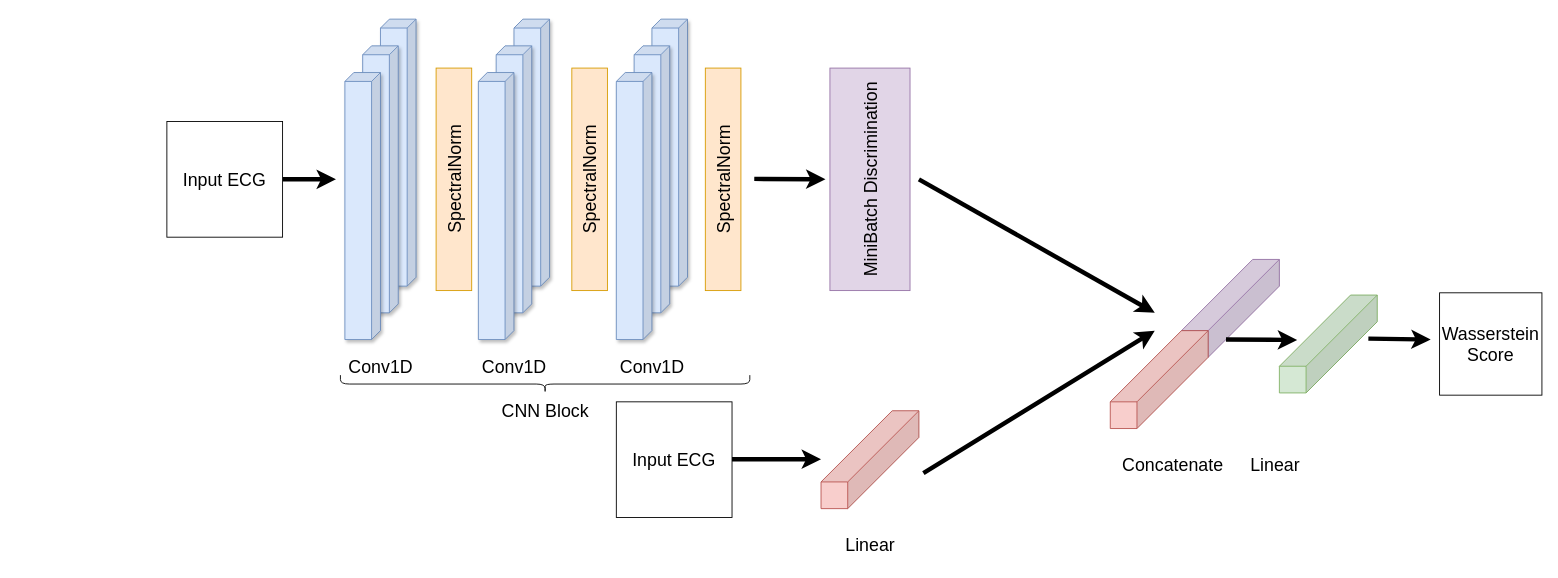
Before: images/Model_architectures/Critic_network.drawio in LukeBogdanovic/Synthetic-Data-Generation-For-Cardiovascular-Disease-Risk-Prediction, a draw.io diagram. Source tidied: cells renumbered, new cells numbered last; positions are measured from the earlier drawing's top-left corner, leaving out a move shared by most shapes. Both pictures are drawn from the tidied source at 89%, with x=0, y=0 at pixel (166, 19). Pictures stored in the file or linked from it are replaced by grey dashed boxes.
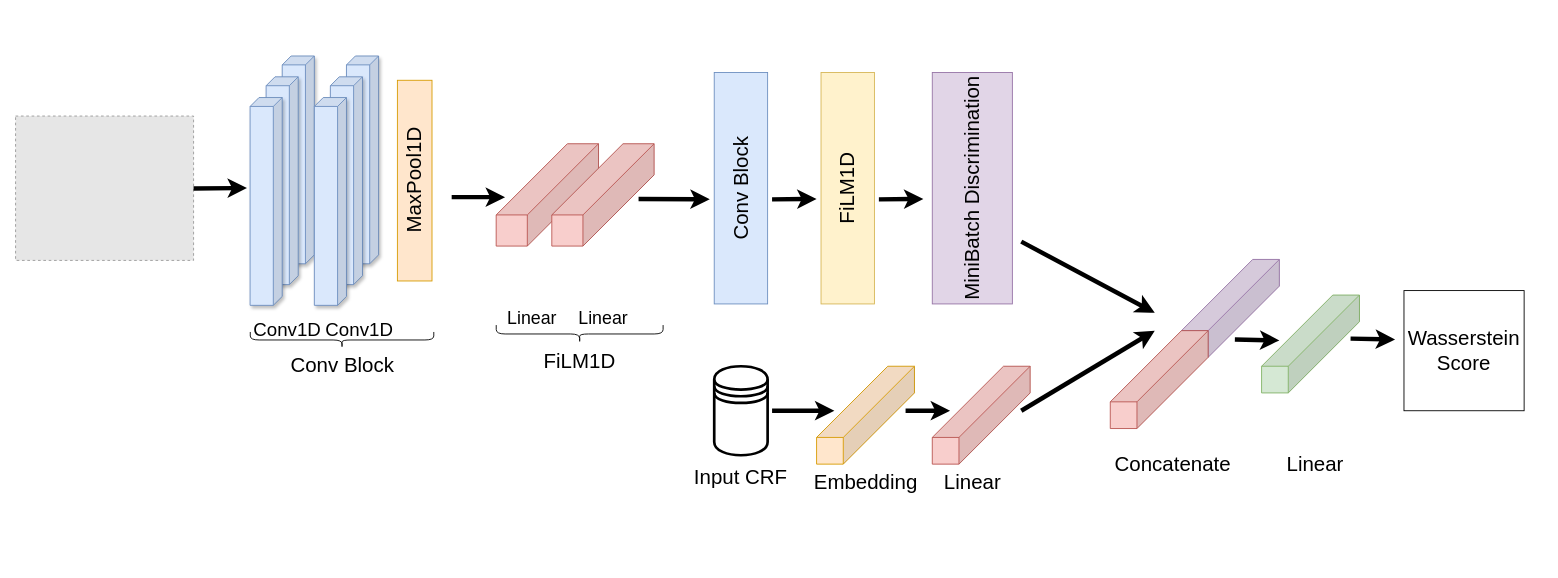
The same page after the edit.

Diff of the diagram source:
```diff
@@
-    <mxCell id="2" style="group;shadow=1;" parent="1" vertex="1">
-      <mxGeometry x="200" width="80" height="360" as="geometry" />
-    </mxCell>
-    <mxCell id="3" style="shape=cube;whiteSpace=wrap;html=1;boundedLbl=1;backgroundOutline=1;darkOpacity=0.05;darkOpacity2=0.1;flipH=1;flipV=0;shadow=1;size=10;fillColor=#dae8fc;strokeColor=#6c8ebf;" parent="2" vertex="1">
-      <mxGeometry x="40" width="40" height="300" as="geometry" />
-    </mxCell>
-    <mxCell id="4" style="shape=cube;whiteSpace=wrap;html=1;boundedLbl=1;backgroundOutline=1;darkOpacity=0.05;darkOpacity2=0.1;flipH=1;flipV=0;shadow=1;size=10;fillColor=#dae8fc;strokeColor=#6c8ebf;" parent="2" vertex="1">
-      <mxGeometry x="20" y="30" width="40" height="300" as="geometry" />
-    </mxCell>
-    <mxCell id="5" style="shape=cube;whiteSpace=wrap;html=1;boundedLbl=1;backgroundOutline=1;darkOpacity=0.05;darkOpacity2=0.1;flipH=1;flipV=0;shadow=1;size=10;fillColor=#dae8fc;strokeColor=#6c8ebf;" parent="2" vertex="1">
-      <mxGeometry y="60" width="40" height="300" as="geometry" />
-    </mxCell>
-    <mxCell id="6" style="group;shadow=1;" parent="1" vertex="1">
-      <mxGeometry x="350" width="80" height="360" as="geometry" />
-    </mxCell>
-    <mxCell id="7" style="shape=cube;whiteSpace=wrap;html=1;boundedLbl=1;backgroundOutline=1;darkOpacity=0.05;darkOpacity2=0.1;flipH=1;flipV=0;shadow=1;size=10;fillColor=#dae8fc;strokeColor=#6c8ebf;" parent="6" vertex="1">
-      <mxGeometry x="40" width="40" height="300" as="geometry" />
-    </mxCell>
-    <mxCell id="8" style="shape=cube;whiteSpace=wrap;html=1;boundedLbl=1;backgroundOutline=1;darkOpacity=0.05;darkOpacity2=0.1;flipH=1;flipV=0;shadow=1;size=10;fillColor=#dae8fc;strokeColor=#6c8ebf;" parent="6" vertex="1">
-      <mxGeometry x="20" y="30" width="40" height="300" as="geometry" />
-    </mxCell>
-    <mxCell id="9" style="shape=cube;whiteSpace=wrap;html=1;boundedLbl=1;backgroundOutline=1;darkOpacity=0.05;darkOpacity2=0.1;flipH=1;flipV=0;shadow=1;size=10;fillColor=#dae8fc;strokeColor=#6c8ebf;" parent="6" vertex="1">
-      <mxGeometry y="60" width="40" height="300" as="geometry" />
-    </mxCell>
-    <mxCell id="10" style="group;shadow=1;" parent="1" vertex="1">
-      <mxGeometry x="505" width="80" height="360" as="geometry" />
-    </mxCell>
-    <mxCell id="11" style="shape=cube;whiteSpace=wrap;html=1;boundedLbl=1;backgroundOutline=1;darkOpacity=0.05;darkOpacity2=0.1;flipH=1;flipV=0;shadow=1;size=10;fillColor=#dae8fc;strokeColor=#6c8ebf;" parent="10" vertex="1">
-      <mxGeometry x="40" width="40" height="300" as="geometry" />
-    </mxCell>
-    <mxCell id="12" style="shape=cube;whiteSpace=wrap;html=1;boundedLbl=1;backgroundOutline=1;darkOpacity=0.05;darkOpacity2=0.1;flipH=1;flipV=0;shadow=1;size=10;fillColor=#dae8fc;strokeColor=#6c8ebf;" parent="10" vertex="1">
-      <mxGeometry x="20" y="30" width="40" height="300" as="geometry" />
-    </mxCell>
-    <mxCell id="13" style="shape=cube;whiteSpace=wrap;html=1;boundedLbl=1;backgroundOutline=1;darkOpacity=0.05;darkOpacity2=0.1;flipH=1;flipV=0;shadow=1;size=10;fillColor=#dae8fc;strokeColor=#6c8ebf;" parent="10" vertex="1">
-      <mxGeometry y="60" width="40" height="300" as="geometry" />
-    </mxCell>
-    <mxCell id="14" value="SpectralNorm" style="rounded=0;whiteSpace=wrap;html=1;rotation=-90;fontSize=20;fillColor=#ffe6cc;strokeColor=#d79b00;" parent="1" vertex="1">
-      <mxGeometry x="197.5" y="160" width="250" height="40" as="geometry" />
-    </mxCell>
-    <mxCell id="15" value="SpectralNorm" style="rounded=0;whiteSpace=wrap;html=1;rotation=-90;fontSize=20;fillColor=#ffe6cc;strokeColor=#d79b00;" parent="1" vertex="1">
-      <mxGeometry x="350" y="160" width="250" height="40" as="geometry" />
-    </mxCell>
-    <mxCell id="16" value="SpectralNorm" style="rounded=0;whiteSpace=wrap;html=1;rotation=-90;fontSize=20;fillColor=#ffe6cc;strokeColor=#d79b00;" parent="1" vertex="1">
-      <mxGeometry x="500" y="160" width="250" height="40" as="geometry" />
-    </mxCell>
-    <mxCell id="17" style="shape=curlyBracket;whiteSpace=wrap;html=1;rounded=1;labelPosition=left;verticalLabelPosition=middle;align=right;verticalAlign=middle;rotation=-90;" parent="1" vertex="1">
-      <mxGeometry x="415" y="180" width="20" height="460" as="geometry" />
-    </mxCell>
-    <mxCell id="18" value="CNN Block" style="text;html=1;align=center;verticalAlign=middle;strokeColor=none;fillColor=none;fontSize=20;" parent="1" vertex="1">
-      <mxGeometry x="365" y="420" width="120" height="40" as="geometry" />
-    </mxCell>
-    <mxCell id="19" style="edgeStyle=orthogonalEdgeStyle;rounded=0;jettySize=auto;html=1;strokeWidth=5;" parent="1" edge="1" source="20">
-      <mxGeometry relative="1" as="geometry">
-        <mxPoint x="190" y="180" as="targetPoint" />
-      </mxGeometry>
-    </mxCell>
-    <mxCell id="20" value="Input ECG" style="whiteSpace=wrap;html=1;fontSize=20;" parent="1" vertex="1">
-      <mxGeometry y="115" width="130" height="130" as="geometry" />
-    </mxCell>
     <mxCell id="21" style="endArrow=classic;html=1;rounded=0;strokeWidth=5;" parent="1" edge="1">
       <mxGeometry relative="1" as="geometry">
-        <mxPoint x="660" y="179.5" as="sourcePoint" />
-        <mxPoint x="740" y="180" as="targetPoint" />
+        <mxPoint x="800" y="202.5" as="sourcePoint" />
+        <mxPoint x="850" y="202" as="targetPoint" />
       </mxGeometry>
     </mxCell>
-    <mxCell id="22" value="MiniBatch Discrimination" style="rounded=0;whiteSpace=wrap;html=1;rotation=-90;fontSize=20;fillColor=#e1d5e7;strokeColor=#9673a6;" parent="1" vertex="1">
-      <mxGeometry x="665" y="135" width="250" height="90" as="geometry" />
+    <mxCell id="22" value="MiniBatch Discrimination" style="rounded=0;whiteSpace=wrap;html=1;rotation=-90;fontSize=23;fillColor=#e1d5e7;strokeColor=#9673a6;" parent="1" vertex="1">
+      <mxGeometry x="775" y="145" width="260" height="90" as="geometry" />
     </mxCell>
     <mxCell id="23" style="endArrow=classic;html=1;rounded=0;strokeWidth=5;" parent="1" edge="1">
       <mxGeometry relative="1" as="geometry">
-        <mxPoint x="845" y="180" as="sourcePoint" />
+        <mxPoint x="960" y="250" as="sourcePoint" />
         <mxPoint x="1110" y="330" as="targetPoint" />
       </mxGeometry>
     </mxCell>
     <mxCell id="24" style="shape=cube;whiteSpace=wrap;html=1;boundedLbl=1;backgroundOutline=1;darkOpacity=0.05;darkOpacity2=0.1;flipH=1;size=80;fillColor=#d5e8d4;strokeColor=#82b366;" parent="1" vertex="1">
-      <mxGeometry x="1250" y="310" width="110" height="110" as="geometry" />
+      <mxGeometry x="1230" y="310" width="110" height="110" as="geometry" />
     </mxCell>
-    <mxCell id="25" value="Conv1D" style="text;html=1;align=center;verticalAlign=middle;strokeColor=none;fillColor=none;fontSize=20;" parent="1" vertex="1">
-      <mxGeometry x="190" y="370" width="100" height="40" as="geometry" />
-    </mxCell>
-    <mxCell id="26" value="Conv1D" style="text;html=1;align=center;verticalAlign=middle;strokeColor=none;fillColor=none;fontSize=20;" parent="1" vertex="1">
-      <mxGeometry x="340" y="370" width="100" height="40" as="geometry" />
-    </mxCell>
-    <mxCell id="27" value="Conv1D" style="text;html=1;align=center;verticalAlign=middle;strokeColor=none;fillColor=none;fontSize=20;" parent="1" vertex="1">
-      <mxGeometry x="495" y="370" width="100" height="40" as="geometry" />
-    </mxCell>
     <mxCell id="28" style="endArrow=classic;html=1;rounded=0;strokeWidth=5;" parent="1" edge="1">
       <mxGeometry relative="1" as="geometry">
-        <mxPoint x="1350" y="359" as="sourcePoint" />
-        <mxPoint x="1420" y="360" as="targetPoint" />
+        <mxPoint x="1330" y="359" as="sourcePoint" />
+        <mxPoint x="1380" y="360" as="targetPoint" />
       </mxGeometry>
     </mxCell>
-    <mxCell id="29" value="Wasserstein Score" style="whiteSpace=wrap;html=1;fontSize=20;" parent="1" vertex="1">
-      <mxGeometry x="1430" y="307.5" width="115" height="115" as="geometry" />
+    <mxCell id="29" value="Wasserstein Score" style="whiteSpace=wrap;html=1;fontSize=23;" parent="1" vertex="1">
+      <mxGeometry x="1390" y="305" width="135" height="135" as="geometry" />
     </mxCell>
-    <mxCell id="30" value="Input ECG" style="whiteSpace=wrap;html=1;fontSize=20;" parent="1" vertex="1">
-      <mxGeometry x="505" y="430" width="130" height="130" as="geometry" />
-    </mxCell>
     <mxCell id="31" style="shape=cube;whiteSpace=wrap;html=1;boundedLbl=1;backgroundOutline=1;darkOpacity=0.05;darkOpacity2=0.1;flipH=1;size=80;fillColor=#f8cecc;strokeColor=#b85450;" parent="1" vertex="1">
-      <mxGeometry x="735" y="440" width="110" height="110" as="geometry" />
+      <mxGeometry x="860" y="390" width="110" height="110" as="geometry" />
     </mxCell>
-    <mxCell id="32" value="Linear" style="text;html=1;align=center;verticalAlign=middle;strokeColor=none;fillColor=none;fontSize=20;" parent="1" vertex="1">
-      <mxGeometry x="750" y="570" width="80" height="40" as="geometry" />
+    <mxCell id="32" value="&lt;font style=&quot;font-size: 23px;&quot;&gt;Linear&lt;/font&gt;" style="text;html=1;align=center;verticalAlign=middle;strokeColor=none;fillColor=none;fontSize=20;" parent="1" vertex="1">
+      <mxGeometry x="860" y="500" width="90" height="40" as="geometry" />
     </mxCell>
     <mxCell id="33" style="endArrow=classic;html=1;rounded=0;strokeWidth=5;" parent="1" edge="1">
       <mxGeometry relative="1" as="geometry">
-        <mxPoint x="850" y="510" as="sourcePoint" />
+        <mxPoint x="960" y="440" as="sourcePoint" />
         <mxPoint x="1110" y="350" as="targetPoint" />
       </mxGeometry>
     </mxCell>
@@
-    <mxCell id="36" style="edgeStyle=orthogonalEdgeStyle;rounded=0;jettySize=auto;html=1;strokeWidth=5;" parent="1" edge="1" target="31">
+    <mxCell id="36" style="edgeStyle=orthogonalEdgeStyle;rounded=0;orthogonalLoop=1;jettySize=auto;html=1;strokeWidth=5;" parent="1" edge="1">
       <mxGeometry relative="1" as="geometry">
-        <mxPoint x="635" y="494.5" as="sourcePoint" />
+        <mxPoint x="680" y="440" as="sourcePoint" />
+        <mxPoint x="750" y="440" as="targetPoint" />
       </mxGeometry>
     </mxCell>
-    <mxCell id="37" value="Linear" style="text;html=1;align=center;verticalAlign=middle;strokeColor=none;fillColor=none;fontSize=20;" parent="1" vertex="1">
-      <mxGeometry x="1205" y="480" width="80" height="40" as="geometry" />
+    <mxCell id="37" value="Linear" style="text;html=1;align=center;verticalAlign=middle;strokeColor=none;fillColor=none;fontSize=23;" parent="1" vertex="1">
+      <mxGeometry x="1245" y="480" width="90" height="40" as="geometry" />
     </mxCell>
-    <mxCell id="38" value="Concatenate" style="text;html=1;align=center;verticalAlign=middle;strokeColor=none;fillColor=none;fontSize=20;" parent="1" vertex="1">
-      <mxGeometry x="1060" y="480" width="140" height="40" as="geometry" />
+    <mxCell id="38" value="Concatenate" style="text;html=1;align=center;verticalAlign=middle;strokeColor=none;fillColor=none;fontSize=23;" parent="1" vertex="1">
+      <mxGeometry x="1055" y="480" width="150" height="40" as="geometry" />
     </mxCell>
     <mxCell id="39" style="endArrow=classic;html=1;rounded=0;strokeWidth=5;" parent="1" edge="1">
       <mxGeometry relative="1" as="geometry">
-        <mxPoint x="1190" y="360" as="sourcePoint" />
-        <mxPoint x="1270" y="360.5" as="targetPoint" />
+        <mxPoint x="1200" y="360" as="sourcePoint" />
+        <mxPoint x="1250" y="361" as="targetPoint" />
       </mxGeometry>
     </mxCell>
+    <mxCell id="40" style="group;" parent="1" vertex="1">
+      <mxGeometry x="80" y="41.4" width="230" height="422.2" as="geometry" />
+    </mxCell>
+    <mxCell id="2" style="group;shadow=1;" parent="40" vertex="1">
+      <mxGeometry x="13.5" width="72.2" height="280.2" as="geometry" />
+    </mxCell>
+    <mxCell id="3" style="shape=cube;whiteSpace=wrap;html=1;boundedLbl=1;backgroundOutline=1;darkOpacity=0.05;darkOpacity2=0.1;flipH=1;flipV=0;shadow=1;size=10;fillColor=#dae8fc;strokeColor=#6c8ebf;" parent="2" vertex="1">
+      <mxGeometry x="36.1" width="36.1" height="233.5" as="geometry" />
+    </mxCell>
+    <mxCell id="4" style="shape=cube;whiteSpace=wrap;html=1;boundedLbl=1;backgroundOutline=1;darkOpacity=0.05;darkOpacity2=0.1;flipH=1;flipV=0;shadow=1;size=10;fillColor=#dae8fc;strokeColor=#6c8ebf;" parent="2" vertex="1">
+      <mxGeometry x="18" y="23.4" width="36.1" height="233.5" as="geometry" />
+    </mxCell>
+    <mxCell id="5" style="shape=cube;whiteSpace=wrap;html=1;boundedLbl=1;backgroundOutline=1;darkOpacity=0.05;darkOpacity2=0.1;flipH=1;flipV=0;shadow=1;size=10;fillColor=#dae8fc;strokeColor=#6c8ebf;" parent="2" vertex="1">
+      <mxGeometry y="46.7" width="36.1" height="233.5" as="geometry" />
+    </mxCell>
+    <mxCell id="6" style="group;shadow=1;" parent="40" vertex="1">
+      <mxGeometry x="85.7" width="72.2" height="280.2" as="geometry" />
+    </mxCell>
+    <mxCell id="7" style="shape=cube;whiteSpace=wrap;html=1;boundedLbl=1;backgroundOutline=1;darkOpacity=0.05;darkOpacity2=0.1;flipH=1;flipV=0;shadow=1;size=10;fillColor=#dae8fc;strokeColor=#6c8ebf;" parent="6" vertex="1">
+      <mxGeometry x="36.1" width="36.1" height="233.5" as="geometry" />
+    </mxCell>
+    <mxCell id="8" style="shape=cube;whiteSpace=wrap;html=1;boundedLbl=1;backgroundOutline=1;darkOpacity=0.05;darkOpacity2=0.1;flipH=1;flipV=0;shadow=1;size=10;fillColor=#dae8fc;strokeColor=#6c8ebf;" parent="6" vertex="1">
+      <mxGeometry x="18" y="23.4" width="36.1" height="233.5" as="geometry" />
+    </mxCell>
+    <mxCell id="9" style="shape=cube;whiteSpace=wrap;html=1;boundedLbl=1;backgroundOutline=1;darkOpacity=0.05;darkOpacity2=0.1;flipH=1;flipV=0;shadow=1;size=10;fillColor=#dae8fc;strokeColor=#6c8ebf;" parent="6" vertex="1">
+      <mxGeometry y="46.7" width="36.1" height="233.5" as="geometry" />
+    </mxCell>
+    <mxCell id="17" style="shape=curlyBracket;whiteSpace=wrap;html=1;rounded=1;labelPosition=left;verticalLabelPosition=middle;align=right;verticalAlign=middle;rotation=-90;" parent="40" vertex="1">
+      <mxGeometry x="107.8" y="216" width="18" height="206.2" as="geometry" />
+    </mxCell>
+    <mxCell id="18" value="Conv Block" style="text;html=1;align=center;verticalAlign=middle;strokeColor=none;fillColor=none;fontSize=23;" parent="40" vertex="1">
+      <mxGeometry x="46.8" y="328" width="140" height="40" as="geometry" />
+    </mxCell>
+    <mxCell id="25" value="Conv1D" style="text;html=1;align=center;verticalAlign=middle;strokeColor=none;fillColor=none;fontSize=21;" parent="40" vertex="1">
+      <mxGeometry x="5" y="288" width="100" height="40" as="geometry" />
+    </mxCell>
+    <mxCell id="26" value="Conv1D" style="text;html=1;align=center;verticalAlign=middle;strokeColor=none;fillColor=none;fontSize=21;" parent="40" vertex="1">
+      <mxGeometry x="86.2" y="288" width="100" height="40" as="geometry" />
+    </mxCell>
+    <mxCell id="41" value="&lt;font style=&quot;font-size: 23px;&quot;&gt;MaxPool1D&lt;/font&gt;" style="rounded=0;whiteSpace=wrap;html=1;rotation=-90;fontSize=20;fillColor=#ffe6cc;strokeColor=#d79b00;" parent="40" vertex="1">
+      <mxGeometry x="85.7" y="120.6" width="225.5" height="38.9" as="geometry" />
+    </mxCell>
+    <mxCell id="42" style="group;" parent="1" vertex="1">
+      <mxGeometry x="370" y="90" width="187.5" height="325" as="geometry" />
+    </mxCell>
+    <mxCell id="43" style="shape=cube;whiteSpace=wrap;html=1;boundedLbl=1;backgroundOutline=1;darkOpacity=0.05;darkOpacity2=0.1;flipH=1;size=80;fillColor=#f8cecc;strokeColor=#b85450;legacyAnchorPoints=0;" parent="42" vertex="1">
+      <mxGeometry y="50" width="115" height="115" as="geometry" />
+    </mxCell>
+    <mxCell id="44" style="shape=cube;whiteSpace=wrap;html=1;boundedLbl=1;backgroundOutline=1;darkOpacity=0.05;darkOpacity2=0.1;flipH=1;size=80;fillColor=#f8cecc;strokeColor=#b85450;legacyAnchorPoints=0;" parent="42" vertex="1">
+      <mxGeometry x="62.5" y="50" width="115" height="115" as="geometry" />
+    </mxCell>
+    <mxCell id="45" style="shape=curlyBracket;whiteSpace=wrap;html=1;rounded=1;labelPosition=left;verticalLabelPosition=middle;align=right;verticalAlign=middle;rotation=-90;" parent="42" vertex="1">
+      <mxGeometry x="83.8" y="170" width="20" height="187.5" as="geometry" />
+    </mxCell>
+    <mxCell id="46" value="FiLM1D" style="text;html=1;whiteSpace=wrap;strokeColor=none;fillColor=none;align=center;verticalAlign=middle;rounded=0;fontSize=23;" parent="42" vertex="1">
+      <mxGeometry x="45.6" y="280" width="96.2" height="30" as="geometry" />
+    </mxCell>
+    <mxCell id="47" value="Linear" style="text;html=1;align=center;verticalAlign=middle;strokeColor=none;fillColor=none;fontSize=20;" parent="42" vertex="1">
+      <mxGeometry y="225" width="80" height="40" as="geometry" />
+    </mxCell>
+    <mxCell id="48" value="Linear" style="text;html=1;align=center;verticalAlign=middle;strokeColor=none;fillColor=none;fontSize=20;" parent="42" vertex="1">
+      <mxGeometry x="80" y="225" width="80" height="40" as="geometry" />
+    </mxCell>
+    <mxCell id="49" style="endArrow=classic;html=1;rounded=0;strokeWidth=5;" parent="1" edge="1">
+      <mxGeometry relative="1" as="geometry">
+        <mxPoint x="320" y="200" as="sourcePoint" />
+        <mxPoint x="380" y="200" as="targetPoint" />
+        <Array as="points">
+          <mxPoint x="360" y="200" />
+        </Array>
+      </mxGeometry>
+    </mxCell>
+    <mxCell id="50" value="Conv Block" style="rounded=0;whiteSpace=wrap;html=1;rotation=-90;fontSize=23;fillColor=#dae8fc;strokeColor=#6c8ebf;" parent="1" vertex="1">
+      <mxGeometry x="515" y="160" width="260" height="60" as="geometry" />
+    </mxCell>
+    <mxCell id="51" style="endArrow=classic;html=1;rounded=0;strokeWidth=5;" parent="1" edge="1">
+      <mxGeometry relative="1" as="geometry">
+        <mxPoint x="530" y="202" as="sourcePoint" />
+        <mxPoint x="610" y="202.5" as="targetPoint" />
+      </mxGeometry>
+    </mxCell>
+    <mxCell id="52" value="FiLM1D" style="rounded=0;whiteSpace=wrap;html=1;rotation=-90;fontSize=23;fillColor=#fff2cc;strokeColor=#d6b656;" parent="1" vertex="1">
+      <mxGeometry x="635" y="160" width="260" height="60" as="geometry" />
+    </mxCell>
+    <mxCell id="53" style="shape=datastore;whiteSpace=wrap;html=1;strokeWidth=3;" parent="1" vertex="1">
+      <mxGeometry x="615" y="390" width="60" height="100" as="geometry" />
+    </mxCell>
+    <mxCell id="54" style="endArrow=classic;html=1;rounded=0;strokeWidth=5;" parent="1" edge="1">
+      <mxGeometry relative="1" as="geometry">
+        <mxPoint x="680" y="202.5" as="sourcePoint" />
+        <mxPoint x="730" y="202" as="targetPoint" />
+      </mxGeometry>
+    </mxCell>
+    <mxCell id="55" value="Input CRF" style="text;html=1;whiteSpace=wrap;strokeColor=none;fillColor=none;align=center;verticalAlign=middle;rounded=0;fontSize=23;" parent="1" vertex="1">
+      <mxGeometry x="585" y="500" width="120" height="30" as="geometry" />
+    </mxCell>
+    <mxCell id="56" style="fillColor=#E6E6E6;strokeColor=#999999;dashed=1;verticalLabelPosition=bottom;labelBackgroundColor=default;verticalAlign=top;" parent="1" vertex="1">
+      <mxGeometry x="-170" y="108.9" width="200" height="162.2" as="geometry" />
+    </mxCell>
+    <mxCell id="57" style="endArrow=classic;html=1;rounded=0;strokeWidth=5;" parent="1" edge="1">
+      <mxGeometry relative="1" as="geometry">
+        <mxPoint x="30" y="190.2" as="sourcePoint" />
+        <mxPoint x="90" y="189.8" as="targetPoint" />
+      </mxGeometry>
+    </mxCell>
+    <mxCell id="58" style="shape=cube;whiteSpace=wrap;html=1;boundedLbl=1;backgroundOutline=1;darkOpacity=0.05;darkOpacity2=0.1;flipH=1;size=80;fillColor=#ffe6cc;strokeColor=#d79b00;" parent="1" vertex="1">
+      <mxGeometry x="730" y="390" width="110" height="110" as="geometry" />
+    </mxCell>
+    <mxCell id="59" value="&lt;font style=&quot;font-size: 23px;&quot;&gt;Embedding&lt;/font&gt;" style="text;html=1;align=center;verticalAlign=middle;strokeColor=none;fillColor=none;fontSize=20;" parent="1" vertex="1">
+      <mxGeometry x="715" y="500" width="140" height="40" as="geometry" />
+    </mxCell>
+    <mxCell id="60" style="edgeStyle=orthogonalEdgeStyle;rounded=0;orthogonalLoop=1;jettySize=auto;html=1;strokeWidth=5;" parent="1" edge="1">
+      <mxGeometry relative="1" as="geometry">
+        <mxPoint x="830" y="440" as="sourcePoint" />
+        <mxPoint x="880" y="440" as="targetPoint" />
+      </mxGeometry>
+    </mxCell>
```
